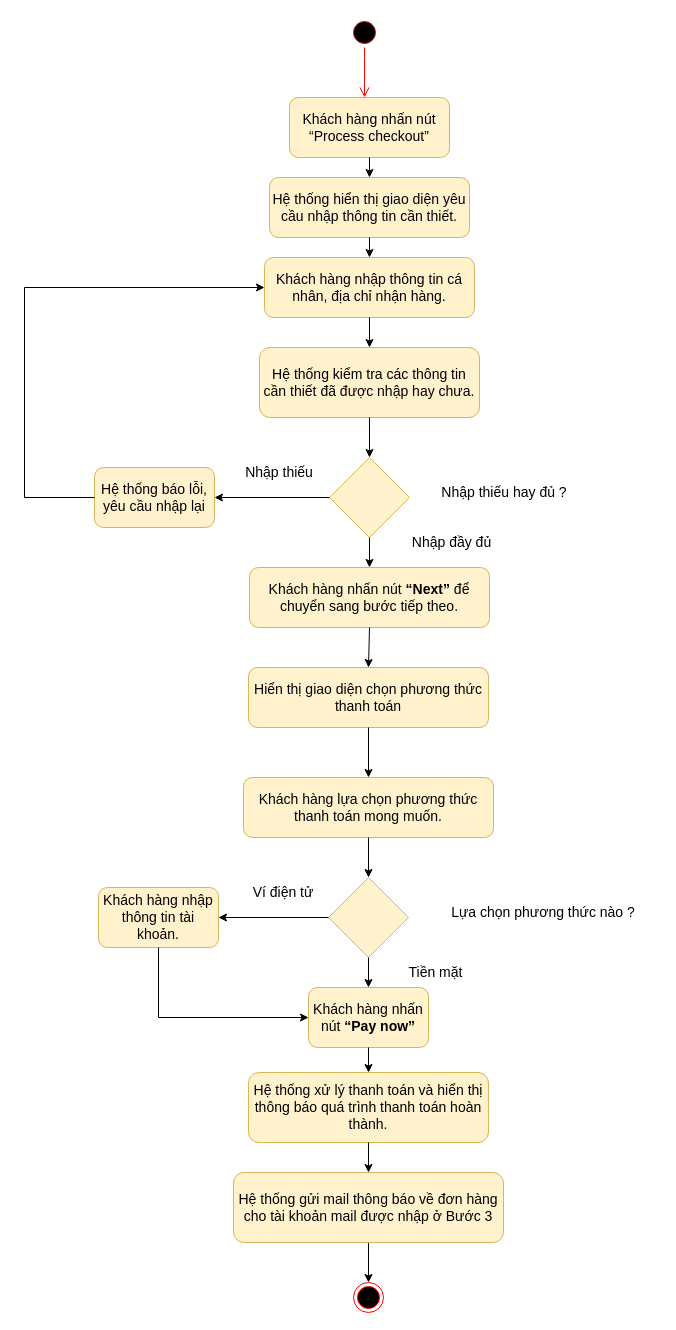
Earlier version of the draw.io diagram Nam3_HK1/CNPM_SoftTech/Activity Diagrams/Minh Tấn/AD_ThanhToán.drawio (EdgarIgnite16/SGU-Course). Source tidied: cells renumbered, new cells numbered last; positions are measured from the earlier drawing's top-left corner, leaving out a move shared by most shapes. Both pictures are drawn from the tidied source at 100%, with x=0, y=0 at pixel (24, 17).
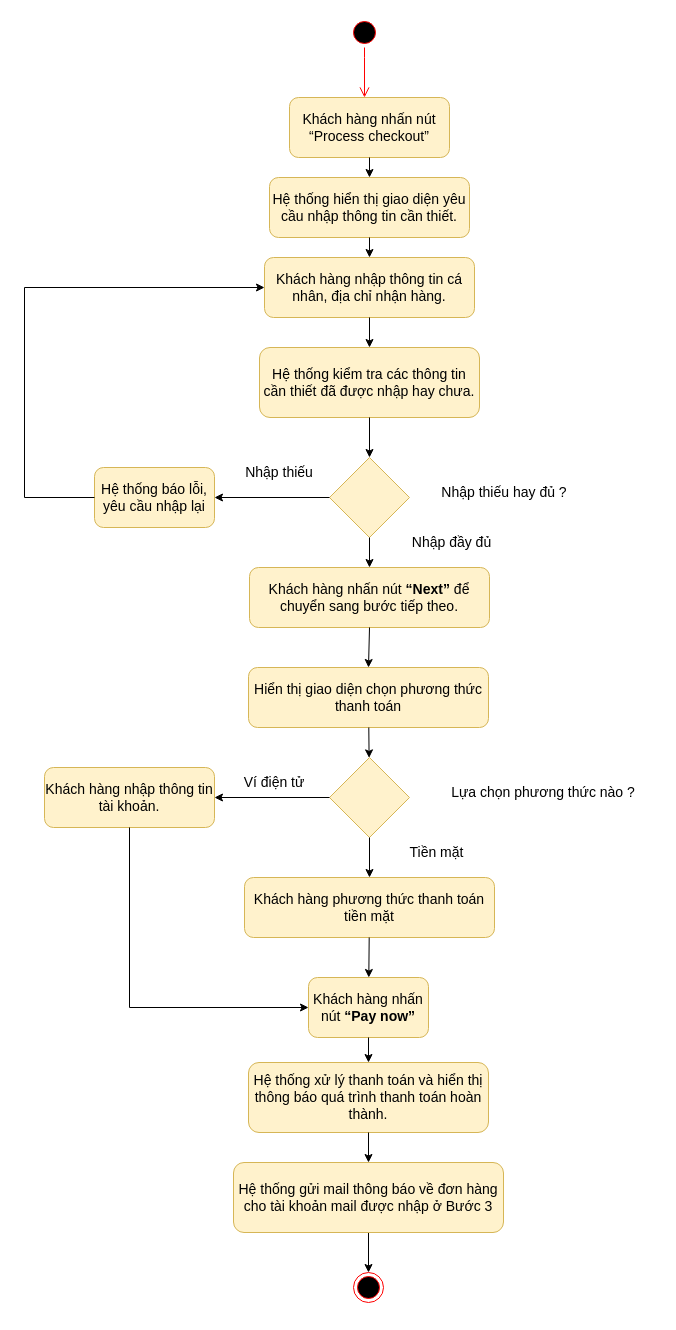
The same page after the edit.

The change refers to these unchanged cells:
```xml
<mxCell id="38" value="&lt;span id=&quot;docs-internal-guid-96e4d4e3-7fff-9f02-7fe5-b8bdfde339f8&quot; style=&quot;font-size: 14px;&quot;&gt;&lt;p style=&quot;line-height: 1.2; margin-top: 0pt; margin-bottom: 0pt; font-size: 14px;&quot; dir=&quot;ltr&quot;&gt;&lt;span style=&quot;font-size: 14px; font-family: Calibri, sans-serif; background-color: transparent; font-variant-numeric: normal; font-variant-east-asian: normal; vertical-align: baseline;&quot;&gt;Hiển thị giao diện chọn phương thức thanh toán&lt;/span&gt;&lt;/p&gt;&lt;/span&gt;" style="rounded=1;whiteSpace=wrap;html=1;fontSize=14;fillColor=#fff2cc;strokeColor=#d6b656;" parent="1" vertex="1">
  <mxGeometry x="224" y="650" width="240" height="60" as="geometry" />
</mxCell>
```

The edit, as a diff of the source:
```diff
@@
     <mxCell id="8" style="ellipse;html=1;shape=endState;fillColor=#000000;strokeColor=#ff0000;fontSize=14;" parent="1" vertex="1">
-      <mxGeometry x="329" y="1265" width="30" height="30" as="geometry" />
+      <mxGeometry x="329" y="1255" width="30" height="30" as="geometry" />
     </mxCell>
@@
-    <mxCell id="21" value="&lt;b id=&quot;docs-internal-guid-c19226b5-7fff-469b-47c0-8e0e2cc8bd00&quot; style=&quot;font-weight: normal; font-size: 14px;&quot;&gt;&lt;span style=&quot;font-size: 14px; font-family: Calibri, sans-serif; color: rgb(0, 0, 0); background-color: transparent; font-weight: 400; font-style: normal; font-variant: normal; text-decoration: none; vertical-align: baseline;&quot;&gt;Khách hàng lựa chọn phương thức thanh toán mong muốn.&lt;/span&gt;&lt;/b&gt;" style="rounded=1;whiteSpace=wrap;html=1;fillColor=#fff2cc;strokeColor=#d6b656;fontSize=14;" parent="1" vertex="1">
-      <mxGeometry x="219" y="760" width="250" height="60" as="geometry" />
+    <mxCell id="21" value="&lt;b id=&quot;docs-internal-guid-c19226b5-7fff-469b-47c0-8e0e2cc8bd00&quot; style=&quot;font-weight: normal; font-size: 14px;&quot;&gt;&lt;span style=&quot;font-size: 14px; font-family: Calibri, sans-serif; color: rgb(0, 0, 0); background-color: transparent; font-weight: 400; font-style: normal; font-variant: normal; text-decoration: none; vertical-align: baseline;&quot;&gt;Khách hàng phương thức thanh toán tiền mặt&lt;/span&gt;&lt;/b&gt;" style="rounded=1;whiteSpace=wrap;html=1;fillColor=#fff2cc;strokeColor=#d6b656;fontSize=14;" parent="1" vertex="1">
+      <mxGeometry x="220" y="860" width="250" height="60" as="geometry" />
     </mxCell>
     <mxCell id="22" style="rhombus;whiteSpace=wrap;html=1;fillColor=#fff2cc;strokeColor=#d6b656;fontSize=14;" parent="1" vertex="1">
-      <mxGeometry x="304" y="860" width="80" height="80" as="geometry" />
+      <mxGeometry x="305" y="740" width="80" height="80" as="geometry" />
     </mxCell>
-    <mxCell id="23" style="endArrow=classic;html=1;rounded=0;fontSize=14;" parent="1" edge="1" source="21" target="22">
-      <mxGeometry relative="1" as="geometry" />
-    </mxCell>
-    <mxCell id="24" style="endArrow=classic;html=1;rounded=0;fontSize=14;" parent="1" edge="1" source="22">
-      <mxGeometry relative="1" as="geometry">
-        <mxPoint x="344" y="970" as="targetPoint" />
-      </mxGeometry>
-    </mxCell>
     <mxCell id="25" value="Khách hàng nhập thông tin tài khoản." style="rounded=1;whiteSpace=wrap;html=1;fillColor=#fff2cc;strokeColor=#d6b656;fontSize=14;" parent="1" vertex="1">
-      <mxGeometry x="74" y="870" width="120" height="60" as="geometry" />
+      <mxGeometry x="20" y="750" width="170" height="60" as="geometry" />
     </mxCell>
@@
     <mxCell id="27" value="Lựa chọn phương thức nào ?" style="text;html=1;strokeColor=none;fillColor=none;align=center;verticalAlign=middle;whiteSpace=wrap;rounded=0;fontSize=14;" parent="1" vertex="1">
-      <mxGeometry x="404" y="880" width="230" height="30" as="geometry" />
+      <mxGeometry x="404" y="760" width="230" height="30" as="geometry" />
     </mxCell>
@@
     <mxCell id="29" value="Ví điện tử" style="text;html=1;strokeColor=none;fillColor=none;align=center;verticalAlign=middle;whiteSpace=wrap;rounded=0;fontSize=14;" parent="1" vertex="1">
-      <mxGeometry x="219" y="860" width="80" height="30" as="geometry" />
+      <mxGeometry x="210" y="750" width="80" height="30" as="geometry" />
     </mxCell>
     <mxCell id="30" value="Tiền mặt" style="text;html=1;strokeColor=none;fillColor=none;align=center;verticalAlign=middle;whiteSpace=wrap;rounded=0;fontSize=14;" parent="1" vertex="1">
-      <mxGeometry x="369" y="940" width="85" height="30" as="geometry" />
+      <mxGeometry x="370" y="820" width="85" height="30" as="geometry" />
     </mxCell>
     <mxCell id="31" style="endArrow=classic;html=1;rounded=0;exitX=0.5;exitY=1;exitDx=0;exitDy=0;entryX=0;entryY=0.5;entryDx=0;entryDy=0;fontSize=14;" parent="1" edge="1" source="25" target="32">
       <mxGeometry relative="1" as="geometry">
         <Array as="points">
-          <mxPoint x="134" y="1000" />
+          <mxPoint x="105" y="990" />
         </Array>
       </mxGeometry>
     </mxCell>
     <mxCell id="32" value="&lt;b id=&quot;docs-internal-guid-d401c5eb-7fff-2e8e-36a8-60630d0131e3&quot; style=&quot;font-weight: normal; font-size: 14px;&quot;&gt;&lt;span style=&quot;font-size: 14px; font-family: Calibri, sans-serif; color: rgb(0, 0, 0); background-color: transparent; font-weight: 400; font-style: normal; font-variant: normal; text-decoration: none; vertical-align: baseline;&quot;&gt;Khách hàng nhấn nút&lt;/span&gt;&lt;span style=&quot;font-size: 14px; font-family: Calibri, sans-serif; color: rgb(0, 0, 0); background-color: transparent; font-weight: 700; font-style: normal; font-variant: normal; text-decoration: none; vertical-align: baseline;&quot;&gt; “Pay now” &lt;/span&gt;&lt;/b&gt;" style="rounded=1;whiteSpace=wrap;html=1;fillColor=#fff2cc;strokeColor=#d6b656;fontSize=14;" parent="1" vertex="1">
-      <mxGeometry x="284" y="970" width="120" height="60" as="geometry" />
+      <mxGeometry x="284" y="960" width="120" height="60" as="geometry" />
     </mxCell>
     <mxCell id="33" value="&lt;span id=&quot;docs-internal-guid-492f1023-7fff-9307-7f5c-150cea26f08f&quot; style=&quot;font-size: 14px;&quot;&gt;&lt;span style=&quot;font-size: 14px; font-family: Calibri, sans-serif; background-color: transparent; font-variant-numeric: normal; font-variant-east-asian: normal; vertical-align: baseline;&quot;&gt;Hệ thống xử lý thanh toán và hiển thị thông báo quá trình thanh toán hoàn thành.&lt;/span&gt;&lt;/span&gt;" style="rounded=1;whiteSpace=wrap;html=1;fillColor=#fff2cc;strokeColor=#d6b656;fontSize=14;" parent="1" vertex="1">
-      <mxGeometry x="224" y="1055" width="240" height="70" as="geometry" />
+      <mxGeometry x="224" y="1045" width="240" height="70" as="geometry" />
     </mxCell>
     <mxCell id="34" value="&lt;span style=&quot;background-color: transparent; font-family: Calibri, sans-serif; font-size: 14px;&quot;&gt;Hệ thống gửi mail thông báo về đơn hàng cho tài khoản mail được nhập ở Bước 3&lt;/span&gt;" style="rounded=1;whiteSpace=wrap;html=1;fillColor=#fff2cc;strokeColor=#d6b656;fontSize=14;" parent="1" vertex="1">
-      <mxGeometry x="209" y="1155" width="270" height="70" as="geometry" />
+      <mxGeometry x="209" y="1145" width="270" height="70" as="geometry" />
     </mxCell>
@@
-    <mxCell id="40" style="endArrow=classic;html=1;rounded=0;fontSize=14;exitX=0.5;exitY=1;exitDx=0;exitDy=0;entryX=0.5;entryY=0;entryDx=0;entryDy=0;" parent="1" edge="1" source="38" target="21">
-      <mxGeometry relative="1" as="geometry" />
-    </mxCell>
+    <mxCell id="41" style="endArrow=classic;html=1;rounded=0;fontSize=14;" parent="1" edge="1" source="38" target="22">
+      <mxGeometry relative="1" as="geometry" />
+    </mxCell>
+    <mxCell id="42" style="endArrow=classic;html=1;rounded=0;" parent="1" edge="1" source="22" target="21">
+      <mxGeometry relative="1" as="geometry" />
+    </mxCell>
+    <mxCell id="43" style="endArrow=classic;html=1;rounded=0;fontSize=14;" parent="1" edge="1" source="21" target="32">
+      <mxGeometry relative="1" as="geometry" />
+    </mxCell>
```
